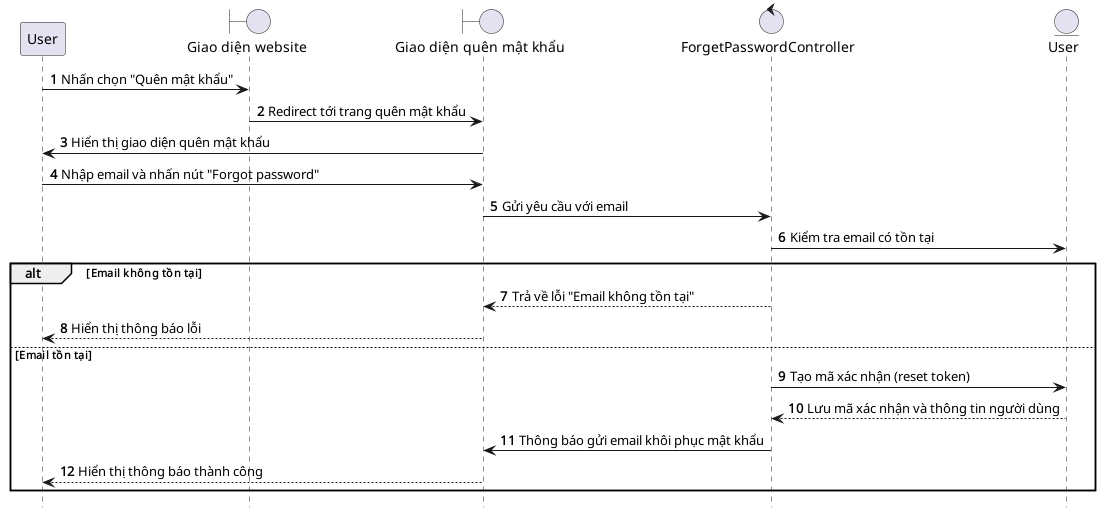
Before: client/out/uml/sequence/forgotPassword/ForgetPassword.png, a diagram exported from PlantUML (tuandev1l/e-commerce-code).
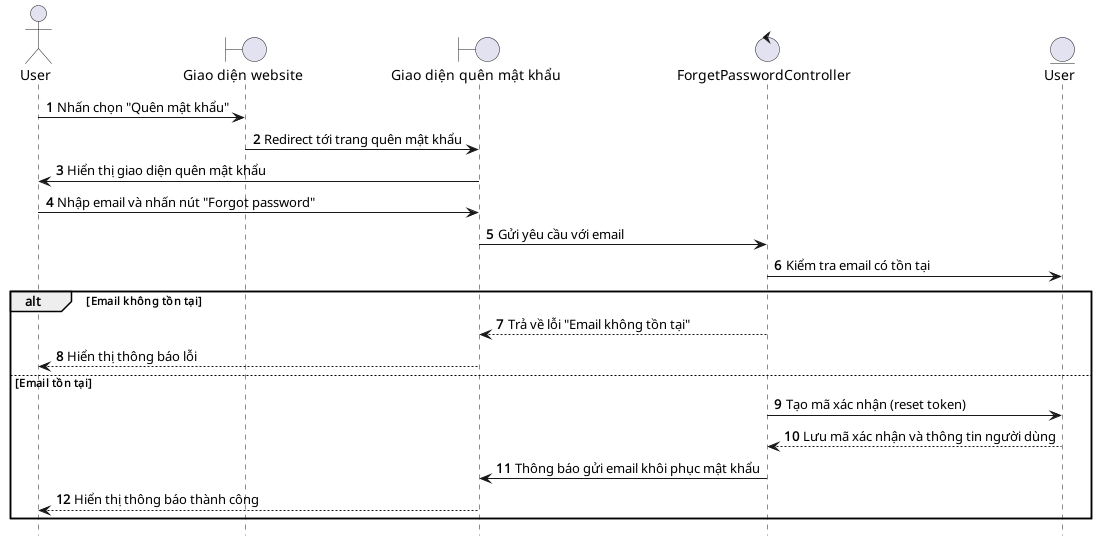
The same diagram one commit later.

What changed in the source:
```diff
@@ -2,7 +2,7 @@
 
 hide footbox
 autonumber
-participant User as user
+actor User as user
 boundary "Giao diện website" as web
 boundary "Giao diện quên mật khẩu" as forgetPasswordUI
 control "ForgetPasswordController" as controller
```
